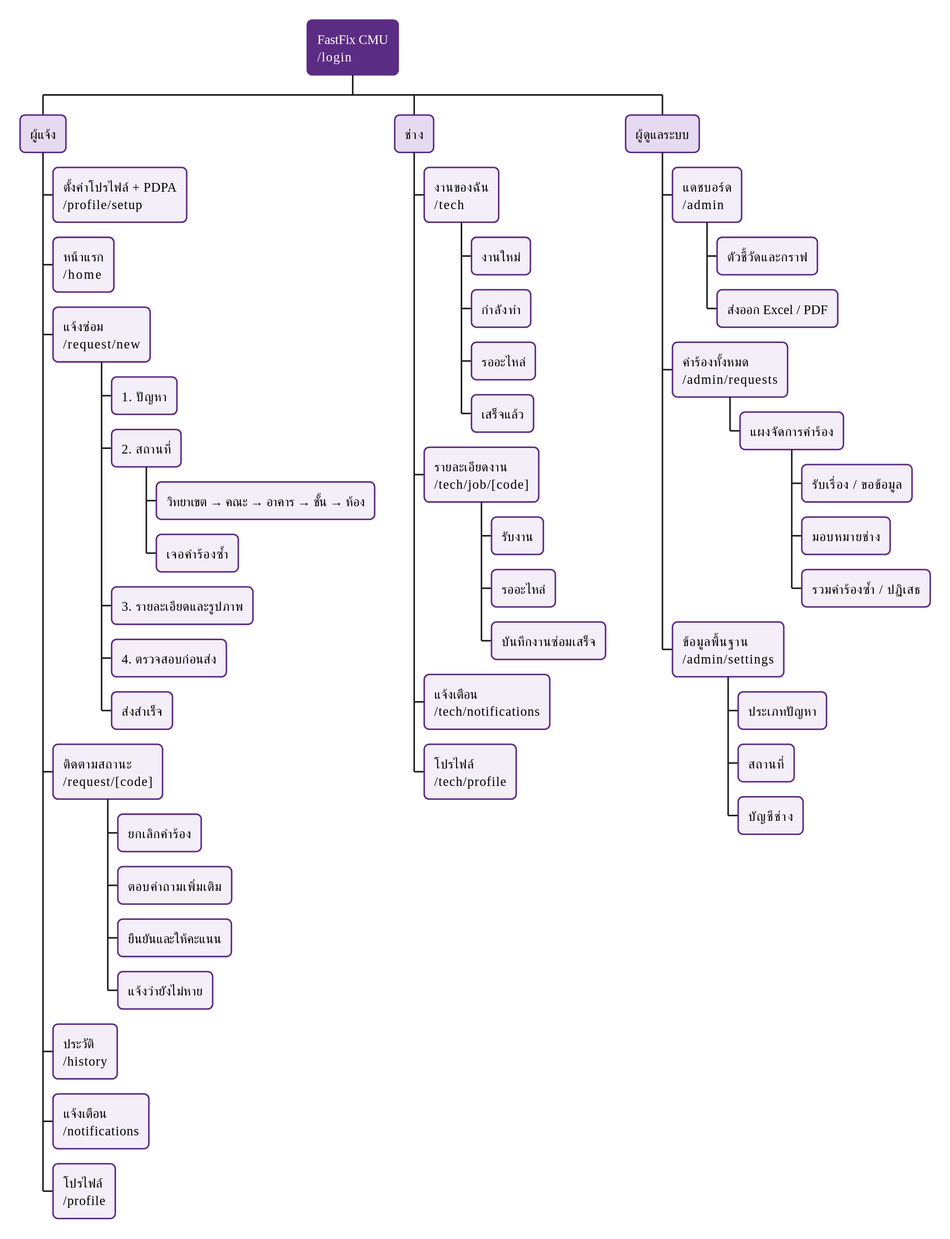
Before: report/out/diagrams/ia.svg, a diagram exported from PlantUML (Nexzerf/SmartCMUMaintenanceSystem).
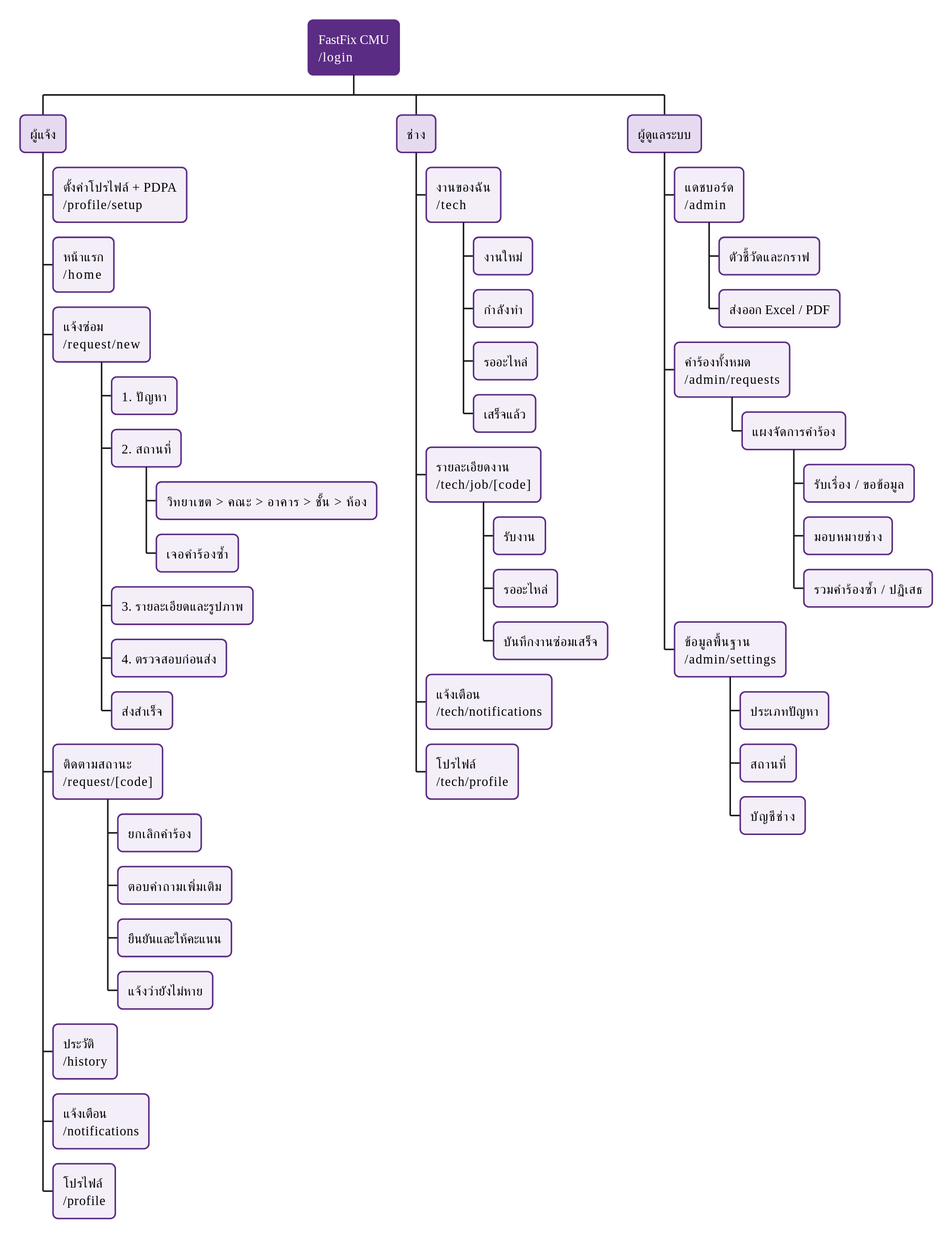
Above is the later version.

The edit, as a diff of the source:
```diff
@@ -25,7 +25,7 @@
 *** แจ้งซ่อม\n/request/new
 **** 1. ปัญหา
 **** 2. สถานที่
-***** วิทยาเขต → คณะ → อาคาร → ชั้น → ห้อง
+***** วิทยาเขต > คณะ > อาคาร > ชั้น > ห้อง
 ***** เจอคำร้องซ้ำ
 **** 3. รายละเอียดและรูปภาพ
 **** 4. ตรวจสอบก่อนส่ง
```
